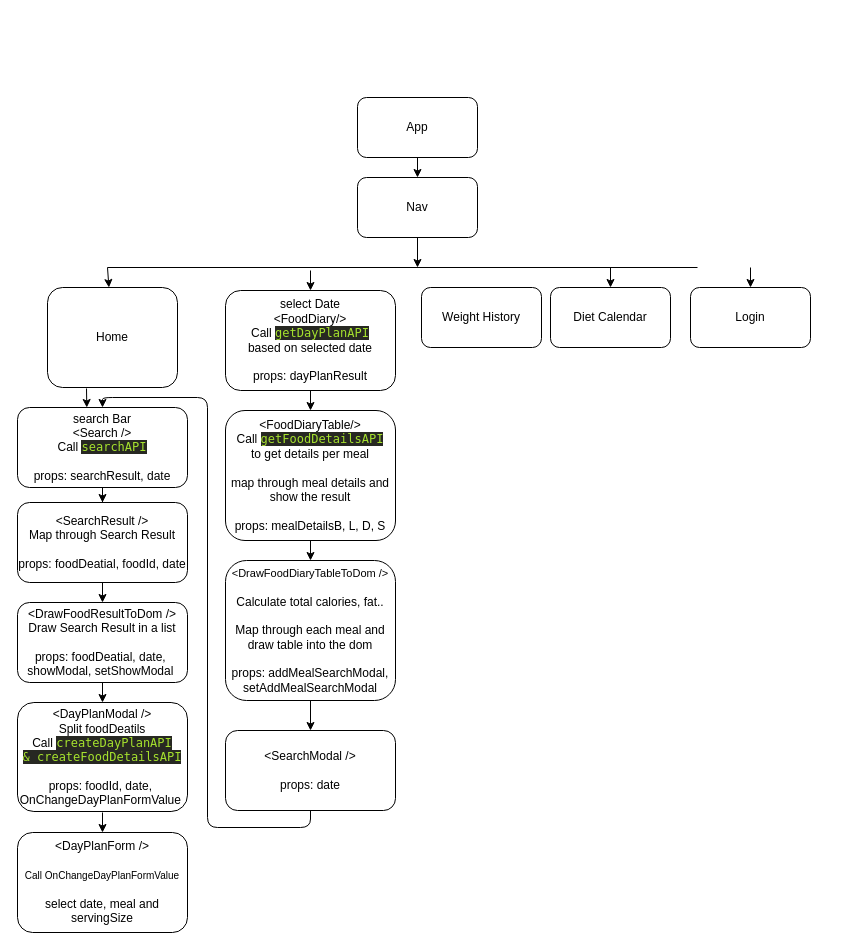
mparnian60/Calorie-Counter-app-fullStack keeps this draw.io diagram as Calorie counter.drawio. Above is the earlier version. Source tidied: cells renumbered, new cells numbered last; positions are measured from the earlier drawing's top-left corner, leaving out a move shared by most shapes. Both pictures are drawn from the tidied source at 100%, with x=0, y=0 at pixel (17, 97).
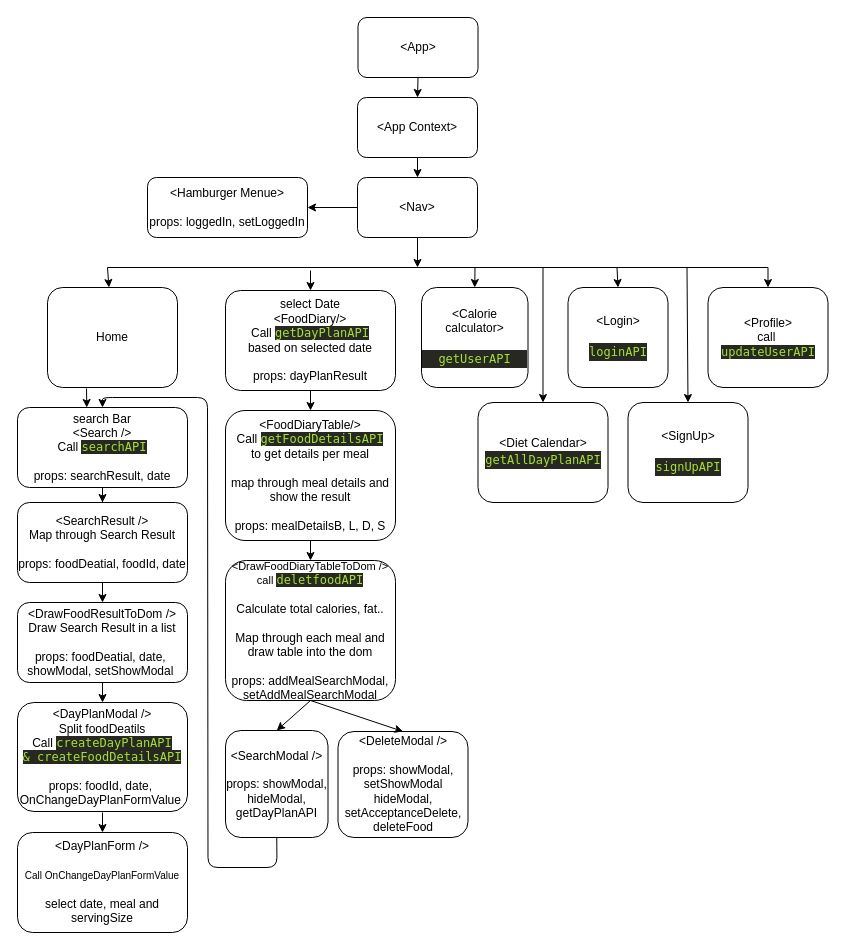
The same page after the edit.

Unchanged cells that the change refers to:
```xml
<mxCell id="9" value="search Bar&lt;br&gt;&amp;lt;Search /&amp;gt;&lt;br&gt;Call&amp;nbsp;&lt;span style=&quot;color: rgb(166 , 226 , 46) ; background-color: rgb(39 , 40 , 34) ; font-family: &amp;#34;menlo&amp;#34; , &amp;#34;monaco&amp;#34; , &amp;#34;courier new&amp;#34; , monospace&quot;&gt;searchAPI&lt;/span&gt;&lt;br&gt;&lt;br&gt;props: searchResult, date" style="rounded=1;whiteSpace=wrap;html=1;" parent="1" vertex="1">
  <mxGeometry y="310" width="170" height="80" as="geometry" />
</mxCell>
```

The edit, as a diff of the source:
```diff
@@
-    <mxCell id="2" value="App" style="rounded=1;whiteSpace=wrap;html=1;" parent="1" vertex="1">
-      <mxGeometry x="340" width="120" height="60" as="geometry" />
+    <mxCell id="2" value="&amp;lt;App&amp;gt;" style="rounded=1;whiteSpace=wrap;html=1;" parent="1" vertex="1">
+      <mxGeometry x="340.5" y="-80" width="120" height="60" as="geometry" />
     </mxCell>
-    <mxCell id="3" value="Nav" style="rounded=1;whiteSpace=wrap;html=1;" parent="1" vertex="1">
+    <mxCell id="3" value="&amp;lt;Nav&amp;gt;" style="rounded=1;whiteSpace=wrap;html=1;" parent="1" vertex="1">
       <mxGeometry x="340" y="80" width="120" height="60" as="geometry" />
     </mxCell>
@@
-    <mxCell id="5" value="Weight History" style="rounded=1;whiteSpace=wrap;html=1;" parent="1" vertex="1">
-      <mxGeometry x="404" y="190" width="120" height="60" as="geometry" />
+    <mxCell id="5" value="&amp;lt;Calorie calculator&amp;gt;&lt;br&gt;&lt;br&gt;&lt;div style=&quot;color: rgb(248 , 248 , 242) ; background-color: rgb(39 , 40 , 34) ; font-family: &amp;#34;menlo&amp;#34; , &amp;#34;monaco&amp;#34; , &amp;#34;courier new&amp;#34; , monospace ; line-height: 18px&quot;&gt;&lt;span style=&quot;color: #a6e22e&quot;&gt;getUserAPI&lt;/span&gt;&lt;/div&gt;" style="rounded=1;whiteSpace=wrap;html=1;" parent="1" vertex="1">
+      <mxGeometry x="404" y="190" width="106.5" height="100" as="geometry" />
     </mxCell>
-    <mxCell id="6" value="Diet Calendar" style="rounded=1;whiteSpace=wrap;html=1;" parent="1" vertex="1">
-      <mxGeometry x="533" y="190" width="120" height="60" as="geometry" />
+    <mxCell id="6" value="&amp;lt;Diet Calendar&amp;gt;&lt;br&gt;&lt;div style=&quot;color: rgb(248 , 248 , 242) ; background-color: rgb(39 , 40 , 34) ; font-family: &amp;#34;menlo&amp;#34; , &amp;#34;monaco&amp;#34; , &amp;#34;courier new&amp;#34; , monospace ; line-height: 18px&quot;&gt;&lt;span style=&quot;color: #a6e22e&quot;&gt;getAllDayPlanAPI&lt;/span&gt;&lt;/div&gt;" style="rounded=1;whiteSpace=wrap;html=1;" parent="1" vertex="1">
+      <mxGeometry x="460.5" y="305" width="130" height="100" as="geometry" />
     </mxCell>
-    <mxCell id="7" value="Login" style="rounded=1;whiteSpace=wrap;html=1;" parent="1" vertex="1">
-      <mxGeometry x="673" y="190" width="120" height="60" as="geometry" />
+    <mxCell id="7" value="&amp;lt;Login&amp;gt;&lt;br&gt;&lt;br&gt;&lt;div style=&quot;color: rgb(248 , 248 , 242) ; background-color: rgb(39 , 40 , 34) ; font-family: &amp;#34;menlo&amp;#34; , &amp;#34;monaco&amp;#34; , &amp;#34;courier new&amp;#34; , monospace ; line-height: 18px&quot;&gt;&lt;span style=&quot;color: #a6e22e&quot;&gt;loginAPI&lt;/span&gt;&lt;/div&gt;" style="rounded=1;whiteSpace=wrap;html=1;" parent="1" vertex="1">
+      <mxGeometry x="550.5" y="190" width="100" height="100" as="geometry" />
     </mxCell>
@@
     <mxCell id="17" style="endArrow=none;html=1;" parent="1" edge="1">
       <mxGeometry relative="1" as="geometry">
         <mxPoint x="90" y="170" as="sourcePoint" />
-        <mxPoint x="680" y="170" as="targetPoint" />
+        <mxPoint x="750.5" y="170" as="targetPoint" />
       </mxGeometry>
     </mxCell>
-    <mxCell id="18" style="endArrow=classic;html=1;" parent="1" edge="1" target="7">
-      <mxGeometry relative="1" as="geometry">
-        <mxPoint x="733" y="170" as="sourcePoint" />
-      </mxGeometry>
-    </mxCell>
-    <mxCell id="19" style="endArrow=classic;html=1;" parent="1" edge="1" target="6">
-      <mxGeometry relative="1" as="geometry">
-        <mxPoint x="593" y="170" as="sourcePoint" />
-      </mxGeometry>
-    </mxCell>
-    <mxCell id="20" style="endArrow=classic;html=1;entryX=0.5;entryY=0;entryDx=0;entryDy=0;exitX=0.5;exitY=1;exitDx=0;exitDy=0;" parent="1" edge="1" source="2" target="3">
+    <mxCell id="20" style="endArrow=classic;html=1;exitX=0.5;exitY=1;exitDx=0;exitDy=0;entryX=0.5;entryY=0;entryDx=0;entryDy=0;" parent="1" edge="1" source="2" target="35">
       <mxGeometry relative="1" as="geometry" />
     </mxCell>
@@
-    <mxCell id="26" value="&lt;div style=&quot;color: rgb(248 , 248 , 242) ; background-color: rgb(39 , 40 , 34) ; font-family: &amp;#34;menlo&amp;#34; , &amp;#34;monaco&amp;#34; , &amp;#34;courier new&amp;#34; , monospace ; line-height: 18px&quot;&gt;&lt;/div&gt;&lt;font style=&quot;font-size: 11px&quot;&gt;&amp;lt;DrawFoodDiaryTableToDom /&amp;gt;&lt;br&gt;&lt;/font&gt;&lt;br&gt;Calculate total calories, fat..&lt;br&gt;&lt;br&gt;Map through each meal and draw table into the dom&lt;br&gt;&lt;br&gt;props: addMealSearchModal,&lt;br&gt;setAddMealSearchModal" style="rounded=1;whiteSpace=wrap;html=1;" parent="1" vertex="1">
+    <mxCell id="26" value="&lt;div style=&quot;color: rgb(248 , 248 , 242) ; background-color: rgb(39 , 40 , 34) ; font-family: &amp;#34;menlo&amp;#34; , &amp;#34;monaco&amp;#34; , &amp;#34;courier new&amp;#34; , monospace ; line-height: 18px&quot;&gt;&lt;/div&gt;&lt;font style=&quot;font-size: 11px&quot;&gt;&amp;lt;DrawFoodDiaryTableToDom /&amp;gt;&lt;br&gt;call&amp;nbsp;&lt;span style=&quot;color: rgb(166 , 226 , 46) ; background-color: rgb(39 , 40 , 34) ; font-family: &amp;#34;menlo&amp;#34; , &amp;#34;monaco&amp;#34; , &amp;#34;courier new&amp;#34; , monospace ; font-size: 12px&quot;&gt;deletfoodAPI&lt;/span&gt;&lt;br&gt;&lt;/font&gt;&lt;br&gt;Calculate total calories, fat..&lt;br&gt;&lt;br&gt;Map through each meal and draw table into the dom&lt;br&gt;&lt;br&gt;props: addMealSearchModal,&lt;br&gt;setAddMealSearchModal" style="rounded=1;whiteSpace=wrap;html=1;" parent="1" vertex="1">
       <mxGeometry x="208" y="463" width="170" height="140" as="geometry" />
     </mxCell>
-    <mxCell id="27" value="&amp;lt;SearchModal /&amp;gt;&lt;br&gt;&lt;br&gt;props: date" style="rounded=1;whiteSpace=wrap;html=1;" parent="1" vertex="1">
-      <mxGeometry x="208" y="633" width="170" height="80" as="geometry" />
+    <mxCell id="27" value="&amp;lt;SearchModal /&amp;gt;&lt;br&gt;&lt;br&gt;props: showModal, hideModal, getDayPlanAPI" style="rounded=1;whiteSpace=wrap;html=1;" parent="1" vertex="1">
+      <mxGeometry x="208" y="633" width="102.5" height="107" as="geometry" />
     </mxCell>
@@
     <mxCell id="31" style="endArrow=classic;html=1;exitX=0.5;exitY=1;exitDx=0;exitDy=0;entryX=0.5;entryY=0;entryDx=0;entryDy=0;" parent="1" edge="1" source="27" target="9">
       <mxGeometry relative="1" as="geometry">
         <Array as="points">
-          <mxPoint x="293" y="730" />
-          <mxPoint x="190" y="730" />
+          <mxPoint x="259.5" y="770" />
+          <mxPoint x="190.5" y="770" />
           <mxPoint x="190" y="300" />
           <mxPoint x="85" y="300" />
         </Array>
       </mxGeometry>
     </mxCell>
@@
+    <mxCell id="33" value="&amp;lt;Hamburger Menue&amp;gt;&lt;br&gt;&lt;br&gt;props: loggedIn, setLoggedIn" style="rounded=1;whiteSpace=wrap;html=1;" parent="1" vertex="1">
+      <mxGeometry x="130" y="80" width="160" height="60" as="geometry" />
+    </mxCell>
+    <mxCell id="34" style="endArrow=classic;html=1;exitX=0;exitY=0.5;exitDx=0;exitDy=0;entryX=1;entryY=0.5;entryDx=0;entryDy=0;" parent="1" edge="1" source="3" target="33">
+      <mxGeometry relative="1" as="geometry" />
+    </mxCell>
+    <mxCell id="35" value="&amp;lt;App Context&amp;gt;" style="rounded=1;whiteSpace=wrap;html=1;" parent="1" vertex="1">
+      <mxGeometry x="340" width="120" height="60" as="geometry" />
+    </mxCell>
+    <mxCell id="36" style="endArrow=classic;html=1;exitX=0.5;exitY=1;exitDx=0;exitDy=0;entryX=0.5;entryY=0;entryDx=0;entryDy=0;" parent="1" edge="1" source="35" target="3">
+      <mxGeometry relative="1" as="geometry" />
+    </mxCell>
+    <mxCell id="37" style="endArrow=classic;html=1;entryX=0.5;entryY=0;entryDx=0;entryDy=0;" parent="1" edge="1" target="5">
+      <mxGeometry relative="1" as="geometry">
+        <mxPoint x="457.5" y="170" as="sourcePoint" />
+      </mxGeometry>
+    </mxCell>
+    <mxCell id="38" value="&amp;lt;SignUp&amp;gt;&lt;br&gt;&lt;br&gt;&lt;div style=&quot;color: rgb(248 , 248 , 242) ; background-color: rgb(39 , 40 , 34) ; font-family: &amp;#34;menlo&amp;#34; , &amp;#34;monaco&amp;#34; , &amp;#34;courier new&amp;#34; , monospace ; line-height: 18px&quot;&gt;&lt;span style=&quot;color: #a6e22e&quot;&gt;signUpAPI&lt;/span&gt;&lt;/div&gt;" style="rounded=1;whiteSpace=wrap;html=1;" parent="1" vertex="1">
+      <mxGeometry x="610.5" y="305" width="120" height="100" as="geometry" />
+    </mxCell>
+    <mxCell id="39" style="endArrow=classic;html=1;entryX=0.5;entryY=0;entryDx=0;entryDy=0;" parent="1" edge="1" target="6">
+      <mxGeometry relative="1" as="geometry">
+        <mxPoint x="525.5" y="170" as="sourcePoint" />
+      </mxGeometry>
+    </mxCell>
+    <mxCell id="40" style="endArrow=classic;html=1;entryX=0.5;entryY=0;entryDx=0;entryDy=0;" parent="1" edge="1" target="7">
+      <mxGeometry relative="1" as="geometry">
+        <mxPoint x="599.5" y="170" as="sourcePoint" />
+      </mxGeometry>
+    </mxCell>
+    <mxCell id="41" style="endArrow=classic;html=1;entryX=0.5;entryY=0;entryDx=0;entryDy=0;" parent="1" edge="1" target="38">
+      <mxGeometry relative="1" as="geometry">
+        <mxPoint x="669.5" y="170" as="sourcePoint" />
+      </mxGeometry>
+    </mxCell>
+    <mxCell id="42" value="&amp;lt;DeleteModal /&amp;gt;&lt;br&gt;&lt;br&gt;props: showModal, &lt;br&gt;setShowModal hideModal, setAcceptanceDelete,&lt;br&gt;deleteFood" style="rounded=1;whiteSpace=wrap;html=1;" parent="1" vertex="1">
+      <mxGeometry x="320.5" y="634" width="130" height="106" as="geometry" />
+    </mxCell>
+    <mxCell id="43" style="endArrow=classic;html=1;exitX=0.5;exitY=1;exitDx=0;exitDy=0;entryX=0.5;entryY=0;entryDx=0;entryDy=0;" parent="1" edge="1" source="26" target="42">
+      <mxGeometry relative="1" as="geometry" />
+    </mxCell>
+    <mxCell id="44" value="&amp;lt;Profile&amp;gt;&lt;br&gt;call&amp;nbsp;&lt;br&gt;&lt;span style=&quot;color: rgb(166 , 226 , 46) ; background-color: rgb(39 , 40 , 34) ; font-family: &amp;#34;menlo&amp;#34; , &amp;#34;monaco&amp;#34; , &amp;#34;courier new&amp;#34; , monospace&quot;&gt;updateUserAPI&lt;/span&gt;" style="rounded=1;whiteSpace=wrap;html=1;" parent="1" vertex="1">
+      <mxGeometry x="690.5" y="190" width="120" height="100" as="geometry" />
+    </mxCell>
+    <mxCell id="45" style="endArrow=classic;html=1;" parent="1" edge="1" target="44">
+      <mxGeometry relative="1" as="geometry">
+        <mxPoint x="750.5" y="170" as="sourcePoint" />
+      </mxGeometry>
+    </mxCell>
```
